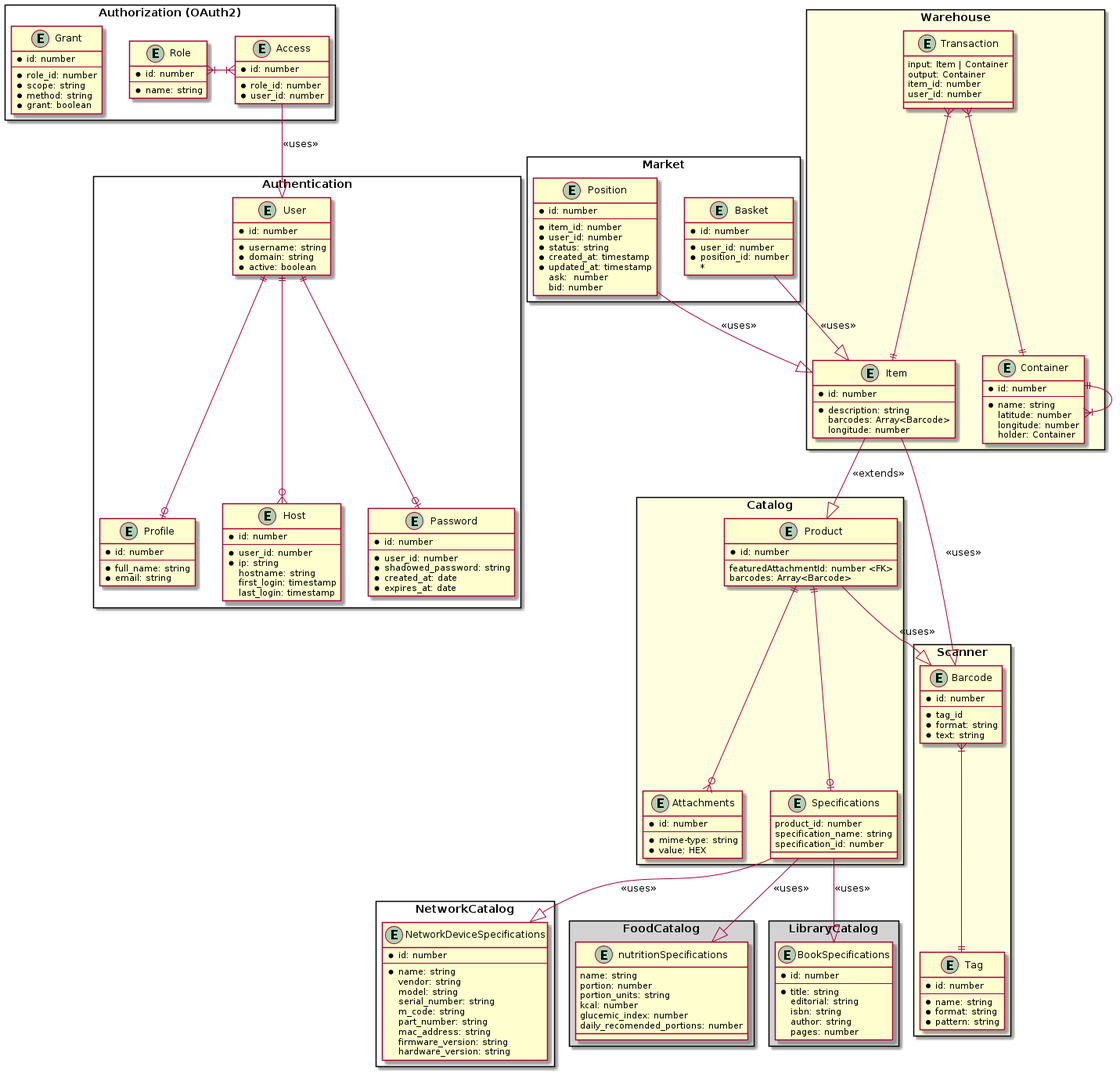
Above: dev/entities.png in emirhg/inventarium (PlantUML), before the change.
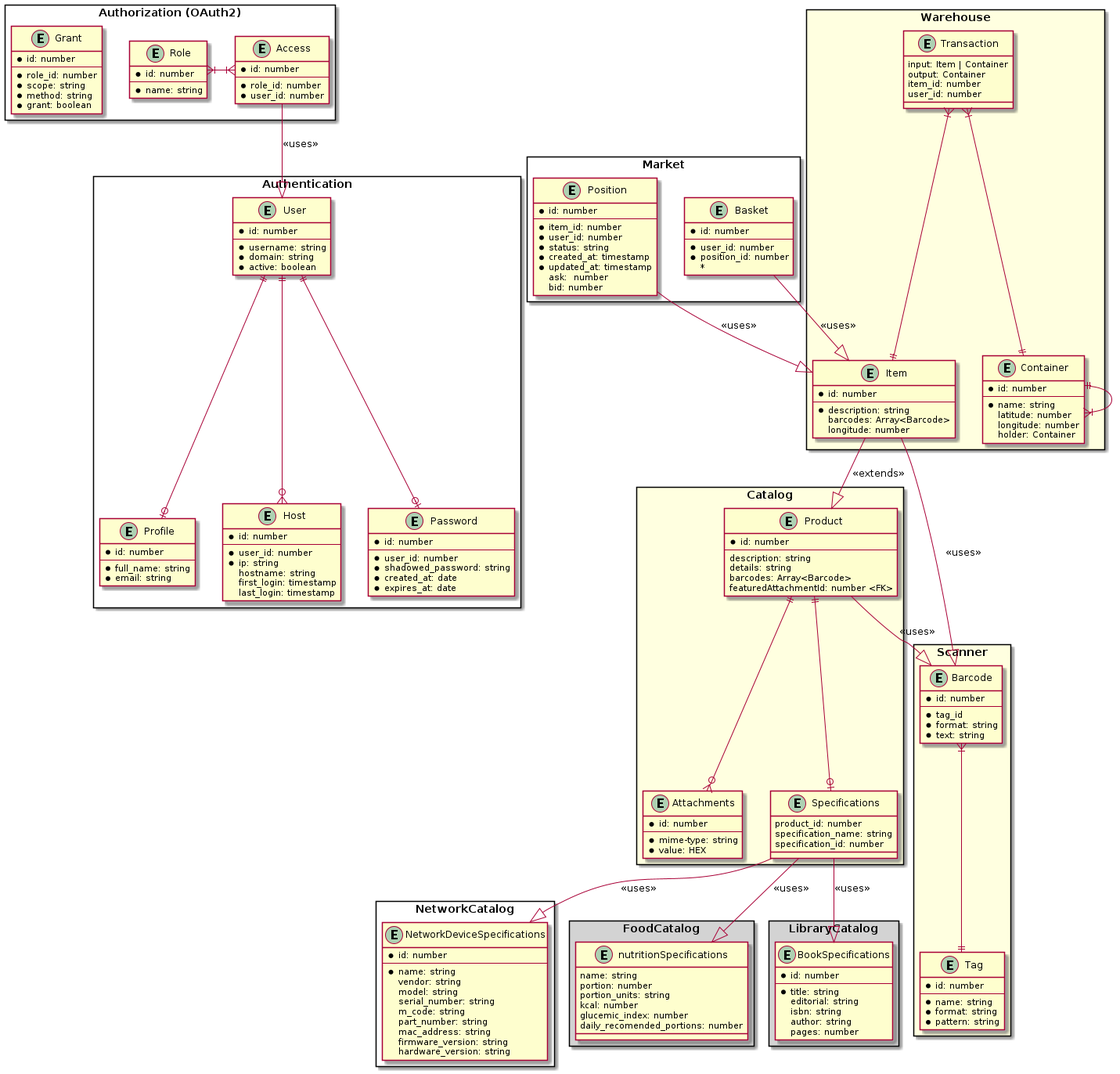
Later version of the same file.

What changed in the source:
```diff
@@ -1,5 +1,4 @@
 @startuml
-
   rectangle Authentication{
 
     entity "Profile" as profile {
@@ -102,8 +101,10 @@
     entity "Product" as product {
       * id: number
       --
+      description: string
+      details: string
+      barcodes: Array<Barcode>
       featuredAttachmentId: number <FK>
-      barcodes: Array<Barcode>
     }
 
     entity "Specifications" as specifications {
```
